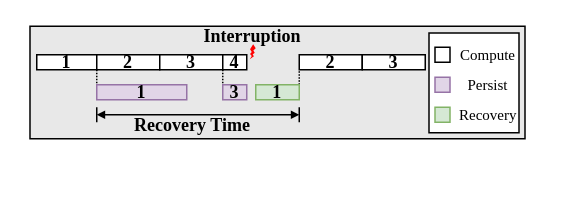
Before: fig/recovery_mot.drawio in icszhr/NCheck, a draw.io diagram. Source tidied: cells renumbered, new cells numbered last; positions are measured from the earlier drawing's top-left corner, leaving out a move shared by most shapes. Both pictures are drawn from the tidied source at 150%, with x=0, y=0 at pixel (30, 26).
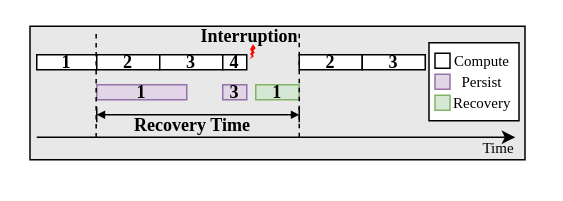
Above is the later version.

The change refers to these unchanged cells:
```xml
<mxCell id="5" value="1" style="whiteSpace=wrap;fontSize=12;fontFamily=Times New Roman;fontStyle=1;" parent="1" vertex="1">
  <mxGeometry x="4" y="19" width="40" height="10" as="geometry" />
</mxCell>
<mxCell id="8" value="1" style="whiteSpace=wrap;fillColor=#e1d5e7;fontSize=12;fontFamily=Times New Roman;fontStyle=1;strokeColor=#9673a6;" parent="1" vertex="1">
  <mxGeometry x="44" y="39" width="60" height="10" as="geometry" />
</mxCell>
<mxCell id="12" value="4" style="whiteSpace=wrap;fontSize=12;fontFamily=Times New Roman;fontStyle=1;" parent="1" vertex="1">
  <mxGeometry x="128" y="19" width="16" height="10" as="geometry" />
</mxCell>
<mxCell id="13" value="2" style="whiteSpace=wrap;fontSize=12;verticalAlign=middle;fontFamily=Times New Roman;fontStyle=1;" parent="1" vertex="1">
  <mxGeometry x="179" y="19" width="42" height="10" as="geometry" />
</mxCell>
<mxCell id="14" value="3" style="whiteSpace=wrap;fillColor=#e1d5e7;fontSize=12;fontFamily=Times New Roman;fontStyle=1;strokeColor=#9673a6;" parent="1" vertex="1">
  <mxGeometry x="128" y="39" width="16" height="10" as="geometry" />
</mxCell>
<mxCell id="24" value="1" style="whiteSpace=wrap;fillColor=#d5e8d4;fontSize=12;fontFamily=Times New Roman;fontStyle=1;strokeColor=#82b366;" parent="1" vertex="1">
  <mxGeometry x="150" y="39" width="29" height="10" as="geometry" />
</mxCell>
```

The edit, as a diff of the source:
```diff
@@
     <mxCell id="2" style="rounded=0;whiteSpace=wrap;html=1;fontFamily=Times New Roman;fillColor=#E8E8E8;fontStyle=1;" parent="1" vertex="1">
-      <mxGeometry x="-0.5" width="330" height="75" as="geometry" />
+      <mxGeometry x="-0.5" width="330" height="89" as="geometry" />
     </mxCell>
     <mxCell id="3" style="rounded=0;whiteSpace=wrap;html=1;" parent="1" vertex="1">
-      <mxGeometry x="265.5" y="4.5" width="60" height="66.5" as="geometry" />
+      <mxGeometry x="265.5" y="11" width="60" height="52" as="geometry" />
     </mxCell>
-    <mxCell id="4" style="edgeStyle=orthogonalEdgeStyle;rounded=0;jettySize=auto;exitX=1;exitY=1;exitDx=0;exitDy=0;entryX=0;entryY=0;entryDx=0;entryDy=0;startArrow=none;startFill=0;endArrow=none;endFill=0;dashed=1;dashPattern=1 1;fontFamily=Times New Roman;fontStyle=1;fontSize=12;" parent="1" edge="1" source="5" target="8">
-      <mxGeometry relative="1" as="geometry" />
-    </mxCell>
@@
     <mxCell id="10" value="Interruption" style="text;align=center;verticalAlign=middle;whiteSpace=wrap;rounded=0;fontFamily=Times New Roman;fontStyle=1;fontSize=12;" parent="1" vertex="1">
-      <mxGeometry x="118" y="2" width="60" height="10" as="geometry" />
+      <mxGeometry x="116" y="2" width="60" height="10" as="geometry" />
     </mxCell>
-    <mxCell id="11" style="edgeStyle=orthogonalEdgeStyle;rounded=0;jettySize=auto;exitX=0;exitY=1;exitDx=0;exitDy=0;entryX=0;entryY=0;entryDx=0;entryDy=0;endArrow=none;endFill=0;dashed=1;dashPattern=1 1;fontFamily=Times New Roman;fontStyle=1;fontSize=12;" parent="1" edge="1" source="12" target="14">
-      <mxGeometry relative="1" as="geometry" />
-    </mxCell>
@@
     <mxCell id="15" style="whiteSpace=wrap;html=1;fontFamily=Times New Roman;fontStyle=0;" parent="1" vertex="1">
-      <mxGeometry x="269.5" y="14" width="10" height="10" as="geometry" />
+      <mxGeometry x="269.5" y="18" width="10" height="10" as="geometry" />
     </mxCell>
     <mxCell id="16" value="&lt;font style=&quot;font-size: 10px;&quot;&gt;Compute&lt;/font&gt;" style="text;html=1;align=center;verticalAlign=middle;whiteSpace=wrap;rounded=0;fontFamily=Times New Roman;fontStyle=0;" parent="1" vertex="1">
-      <mxGeometry x="279.5" y="14" width="50" height="10" as="geometry" />
+      <mxGeometry x="275.5" y="18" width="50" height="10" as="geometry" />
     </mxCell>
     <mxCell id="17" style="whiteSpace=wrap;html=1;fillColor=#e1d5e7;fontFamily=Times New Roman;fontStyle=0;strokeColor=#9673a6;" parent="1" vertex="1">
-      <mxGeometry x="269.5" y="34" width="10" height="10" as="geometry" />
+      <mxGeometry x="269.5" y="32" width="10" height="10" as="geometry" />
     </mxCell>
     <mxCell id="18" value="&lt;span style=&quot;font-size: 10px;&quot;&gt;Persist&lt;/span&gt;" style="text;html=1;align=center;verticalAlign=middle;whiteSpace=wrap;rounded=0;fontFamily=Times New Roman;fontStyle=0;" parent="1" vertex="1">
-      <mxGeometry x="279.5" y="34" width="50" height="10" as="geometry" />
+      <mxGeometry x="275.5" y="32" width="50" height="10" as="geometry" />
     </mxCell>
@@
-    <mxCell id="23" style="edgeStyle=orthogonalEdgeStyle;rounded=0;jettySize=auto;exitX=1;exitY=0;exitDx=0;exitDy=0;entryX=0;entryY=1;entryDx=0;entryDy=0;startArrow=none;startFill=0;endArrow=none;endFill=0;dashed=1;dashPattern=1 1;fontFamily=Times New Roman;fontStyle=1;fontSize=12;" parent="1" edge="1" source="24" target="13">
-      <mxGeometry relative="1" as="geometry" />
-    </mxCell>
@@
     <mxCell id="25" style="whiteSpace=wrap;html=1;fillColor=#d5e8d4;fontFamily=Times New Roman;fontStyle=0;strokeColor=#82b366;" parent="1" vertex="1">
-      <mxGeometry x="269.5" y="54" width="10" height="10" as="geometry" />
+      <mxGeometry x="269.5" y="46" width="10" height="10" as="geometry" />
     </mxCell>
     <mxCell id="26" value="&lt;font style=&quot;font-size: 10px;&quot;&gt;Recovery&lt;/font&gt;" style="text;html=1;align=left;verticalAlign=middle;whiteSpace=wrap;rounded=0;fontFamily=Times New Roman;fontStyle=0;" parent="1" vertex="1">
-      <mxGeometry x="283.5" y="54" width="50" height="10" as="geometry" />
+      <mxGeometry x="279.5" y="46" width="50" height="10" as="geometry" />
     </mxCell>
@@
+    <mxCell id="28" style="endArrow=classic;html=1;rounded=0;" parent="1" edge="1">
+      <mxGeometry relative="1" as="geometry">
+        <mxPoint x="4" y="74" as="sourcePoint" />
+        <mxPoint x="323" y="74" as="targetPoint" />
+      </mxGeometry>
+    </mxCell>
+    <mxCell id="29" value="&lt;p style=&quot;line-height: 100%;&quot;&gt;&lt;font style=&quot;font-size: 10px;&quot;&gt;Time&lt;/font&gt;&lt;/p&gt;" style="text;html=1;align=center;verticalAlign=middle;whiteSpace=wrap;rounded=0;fontFamily=Times New Roman;" parent="1" vertex="1">
+      <mxGeometry x="287.2" y="76" width="50" height="10" as="geometry" />
+    </mxCell>
+    <mxCell id="30" style="endArrow=none;html=1;rounded=0;dashed=1;" parent="1" edge="1">
+      <mxGeometry relative="1" as="geometry">
+        <mxPoint x="43.6" y="74.1" as="sourcePoint" />
+        <mxPoint x="43.6" y="3.9" as="targetPoint" />
+      </mxGeometry>
+    </mxCell>
+    <mxCell id="31" style="endArrow=none;html=1;rounded=0;dashed=1;" parent="1" edge="1">
+      <mxGeometry relative="1" as="geometry">
+        <mxPoint x="179" y="74" as="sourcePoint" />
+        <mxPoint x="179" y="3.9" as="targetPoint" />
+      </mxGeometry>
+    </mxCell>
```
